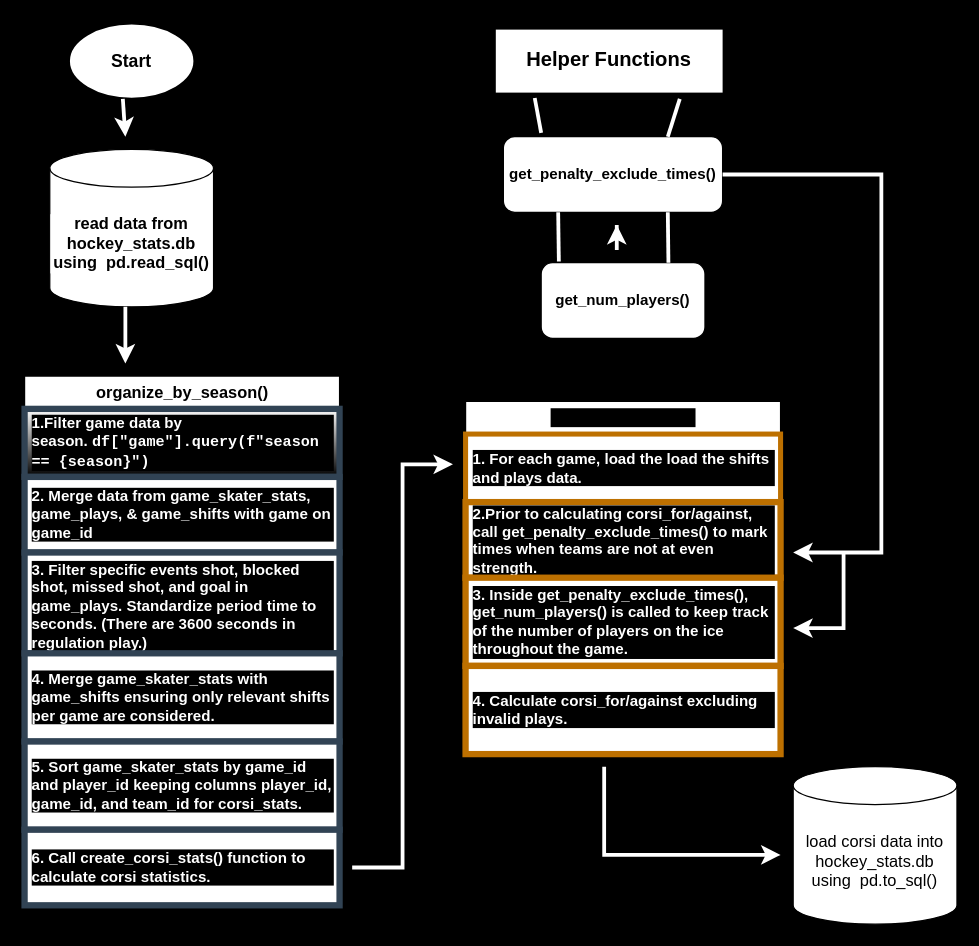
Above: flowforcorsi.drawio in ewnike/cost_cup (draw.io), before the change. Source tidied: cells renumbered, new cells numbered last; positions are measured from the earlier drawing's top-left corner, leaving out a move shared by most shapes. Both pictures are drawn from the tidied source at 126%, with x=0, y=0 at pixel (24, 23).
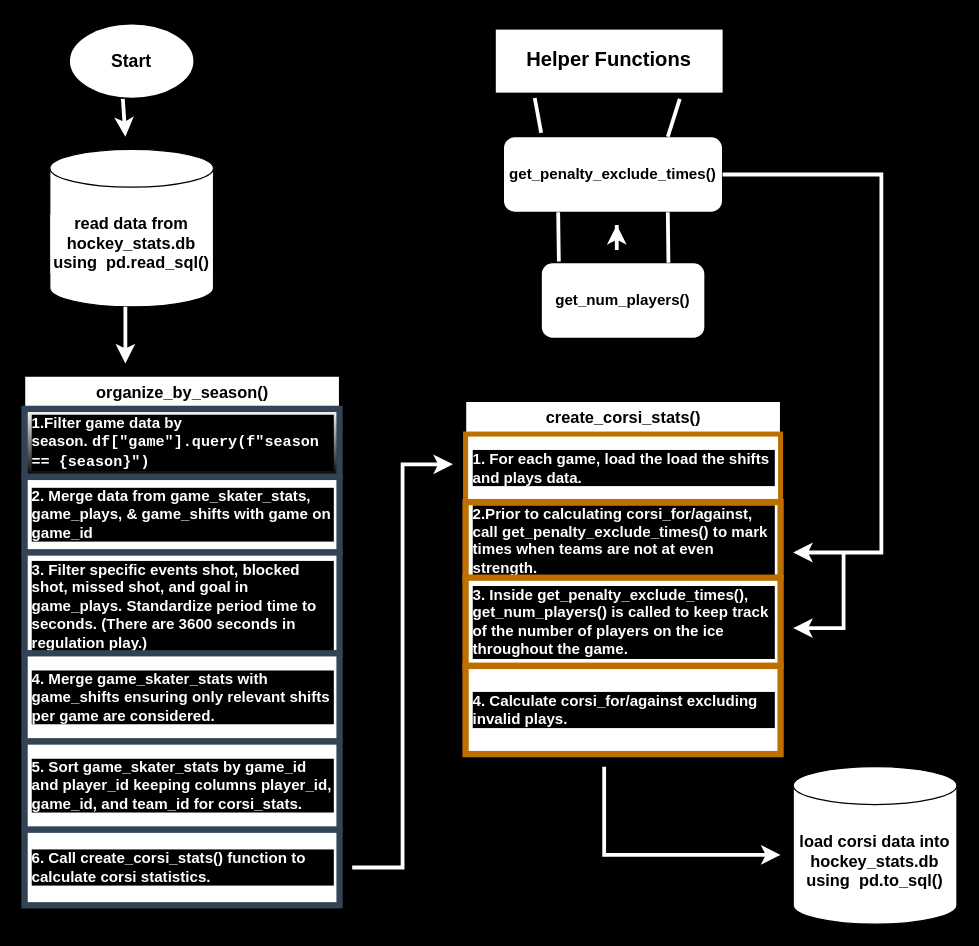
After the change.

What changed in the source:
```diff
@@
-    <mxCell id="14" value="&lt;font size=&quot;2&quot;&gt;create_corsi_stats()&lt;/font&gt;" style="swimlane;fontStyle=0;horizontal=1;startSize=26;html=1;labelBackgroundColor=#000000;" parent="1" vertex="1">
+    <mxCell id="14" value="&lt;font size=&quot;2&quot;&gt;&lt;b&gt;create_corsi_stats()&lt;/b&gt;&lt;/font&gt;" style="swimlane;fontStyle=0;horizontal=1;startSize=26;html=1;labelBackgroundColor=#FFFFFF;" parent="1" vertex="1">
       <mxGeometry x="350" y="300" width="250" height="280" as="geometry" />
     </mxCell>
@@
-    <mxCell id="30" value="load corsi data into hockey_stats.db using &amp;nbsp;pd.to_sql()" style="shape=cylinder3;whiteSpace=wrap;html=1;boundedLbl=1;backgroundOutline=1;size=15;fontSize=13;" parent="1" vertex="1">
+    <mxCell id="30" value="load corsi data into hockey_stats.db using &amp;nbsp;pd.to_sql()" style="shape=cylinder3;whiteSpace=wrap;html=1;boundedLbl=1;backgroundOutline=1;size=15;fontSize=13;fontStyle=1;" parent="1" vertex="1">
       <mxGeometry x="610" y="590" width="130" height="125" as="geometry" />
     </mxCell>
```
